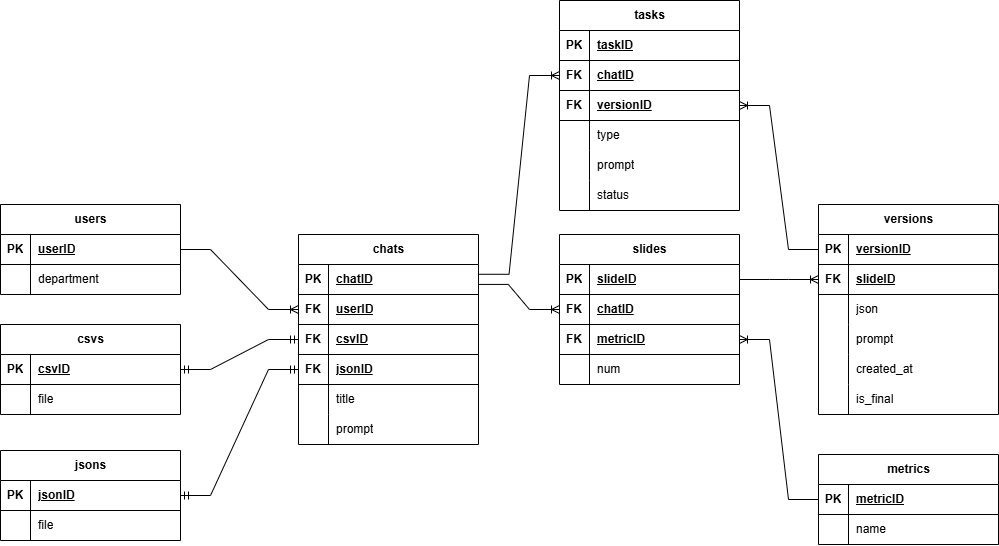
Before: Database Content/schemas/db_schema.png, a diagram exported from draw.io (Sber-Kiwi/Presentation-generation). Source tidied: cells renumbered, new cells last; positions are measured from the earlier drawing's top-left corner, leaving out a move shared by most shapes.
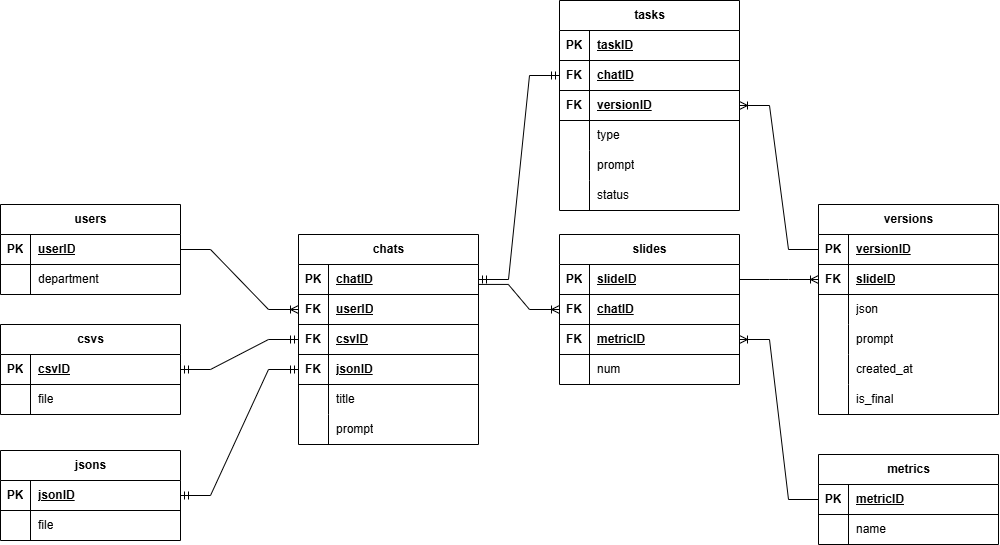
Later version of the same file.

Commit message:
исправила связь chats-tasks на схемочке

Diff of the diagram source:
```diff
@@ -317,7 +317,7 @@
     <mxCell id="106" style="edgeStyle=entityRelationEdgeStyle;fontSize=12;html=1;endArrow=ERmandOne;startArrow=ERmandOne;rounded=0;entryX=0;entryY=0.5;entryDx=0;entryDy=0;exitX=1;exitY=0.5;exitDx=0;exitDy=0;" parent="1" edge="1" source="99" target="12">
       <mxGeometry relative="1" as="geometry" />
     </mxCell>
-    <mxCell id="107" style="edgeStyle=entityRelationEdgeStyle;fontSize=12;html=1;endArrow=ERoneToMany;rounded=0;exitX=1.003;exitY=0.326;exitDx=0;exitDy=0;entryX=0;entryY=0.5;entryDx=0;entryDy=0;exitPerimeter=0;" parent="1" edge="1" source="3" target="66">
+    <mxCell id="107" style="edgeStyle=entityRelationEdgeStyle;fontSize=12;html=1;endArrow=ERmandOne;startArrow=ERmandOne;rounded=0;exitX=1;exitY=0.5;exitDx=0;exitDy=0;entryX=0;entryY=0.5;entryDx=0;entryDy=0;" parent="1" edge="1" source="3" target="66">
       <mxGeometry relative="1" as="geometry" />
     </mxCell>
   </root>
```
